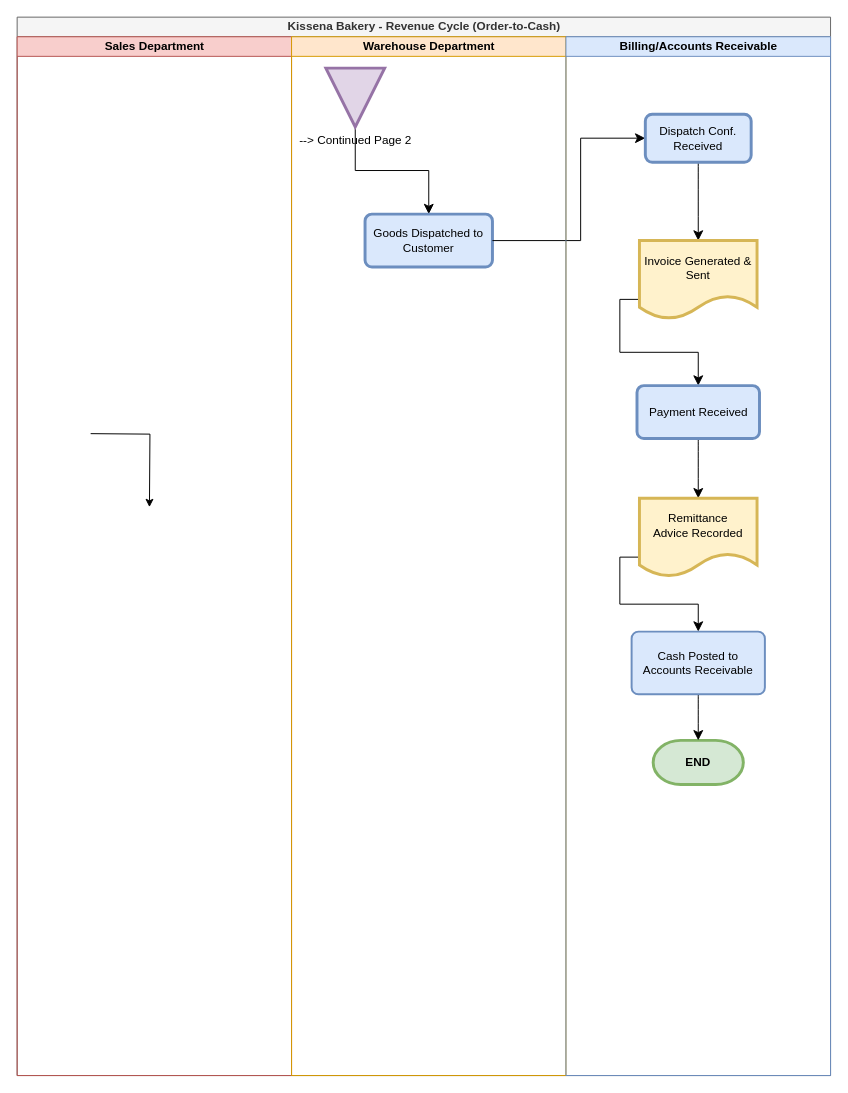
This is page "Page 2" (2 of 2) of Revenue_Cycle_Controls.drawio from TabeerSajjad0/drawio, a draw.io file, before an edit. Source tidied: cells renumbered, new cells numbered last; positions are measured from the earlier drawing's top-left corner, leaving out a move shared by most shapes. Both pictures are drawn from the tidied source at 98%, with x=0, y=0 at pixel (17, 17).
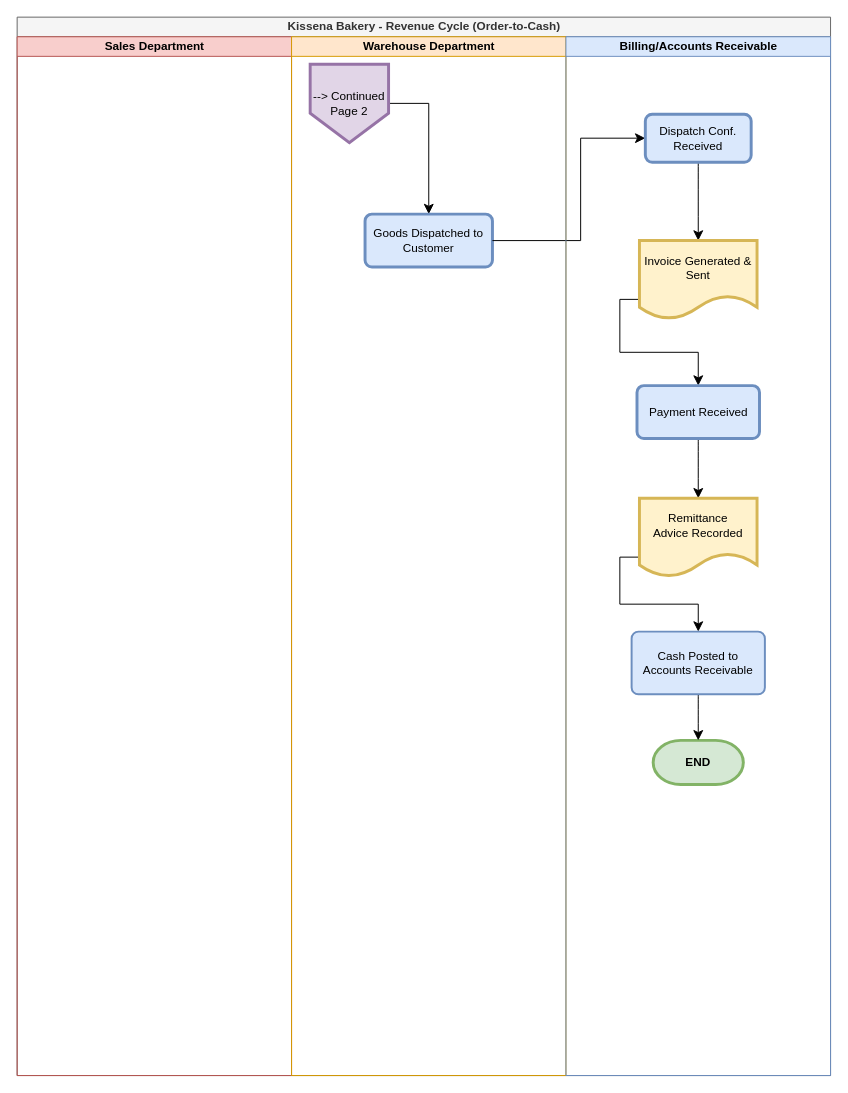
The same page after the edit.

The change refers to these unchanged cells:
```xml
<mxCell id="3" value="Sales Department" style="swimlane;startSize=20;html=1;fillColor=#f8cecc;strokeColor=#b85450;" parent="2" vertex="1">
  <mxGeometry y="20" width="280" height="1060" as="geometry" />
</mxCell>
<mxCell id="5" value="Warehouse Department" style="swimlane;startSize=20;html=1;fillColor=#ffe6cc;strokeColor=#d79b00;" parent="2" vertex="1">
  <mxGeometry x="280" y="20" width="280" height="1060" as="geometry" />
</mxCell>
```

Change to the diagram source:
```diff
@@
-    <mxCell id="4" style="edgeStyle=orthogonalEdgeStyle;rounded=0;orthogonalLoop=1;jettySize=auto;html=1;exitX=0;exitY=0.75;exitDx=0;exitDy=0;entryX=0.5;entryY=0;entryDx=0;entryDy=0;entryPerimeter=0;" parent="3" edge="1">
-      <mxGeometry relative="1" as="geometry">
-        <mxPoint x="75" y="405" as="sourcePoint" />
-        <mxPoint x="135" y="480" as="targetPoint" />
-      </mxGeometry>
-    </mxCell>
@@
-    <mxCell id="6" style="edgeStyle=orthogonalEdgeStyle;rounded=0;jettySize=auto;html=1;exitX=0.5;exitY=1;exitDx=0;exitDy=0;fontSize=12;startSize=8;endSize=8;entryX=0.5;entryY=0;entryDx=0;entryDy=0;" parent="5" edge="1" source="7" target="8">
+    <mxCell id="6" style="edgeStyle=orthogonalEdgeStyle;rounded=0;jettySize=auto;html=1;fontSize=12;startSize=8;endSize=8;entryX=0.5;entryY=0;entryDx=0;entryDy=0;exitX=1;exitY=0.5;exitDx=0;exitDy=0;" parent="5" edge="1" source="7" target="8">
       <mxGeometry relative="1" as="geometry" />
     </mxCell>
+    <mxCell id="8" value="Goods Dispatched to Customer" style="rounded=1;whiteSpace=wrap;html=1;absoluteArcSize=1;arcSize=14;strokeWidth=3;fillColor=#dae8fc;strokeColor=#6c8ebf;" parent="5" vertex="1">
+      <mxGeometry x="75" y="181" width="130" height="54" as="geometry" />
+    </mxCell>
-    <mxCell id="7" value="--&amp;gt; Continued Page 2" style="verticalLabelPosition=bottom;verticalAlign=top;html=1;shape=offPageConnector;rounded=0;size=1;fillColor=#e1d5e7;strokeColor=#9673a6;strokeWidth=3;" parent="5" vertex="1">
-      <mxGeometry x="35" y="32" width="60" height="60" as="geometry" />
+    <mxCell id="7" value="--&amp;gt; Continued Page 2" style="shape=offPageConnector;whiteSpace=wrap;html=1;fillColor=#e1d5e7;strokeColor=#9673a6;strokeWidth=3;" parent="5" vertex="1">
+      <mxGeometry x="19" y="28" width="80" height="80" as="geometry" />
     </mxCell>
-    <mxCell id="8" value="Goods Dispatched to Customer" style="rounded=1;whiteSpace=wrap;html=1;absoluteArcSize=1;arcSize=14;strokeWidth=3;fillColor=#dae8fc;strokeColor=#6c8ebf;" parent="5" vertex="1">
-      <mxGeometry x="75" y="181" width="130" height="54" as="geometry" />
-    </mxCell>
```
